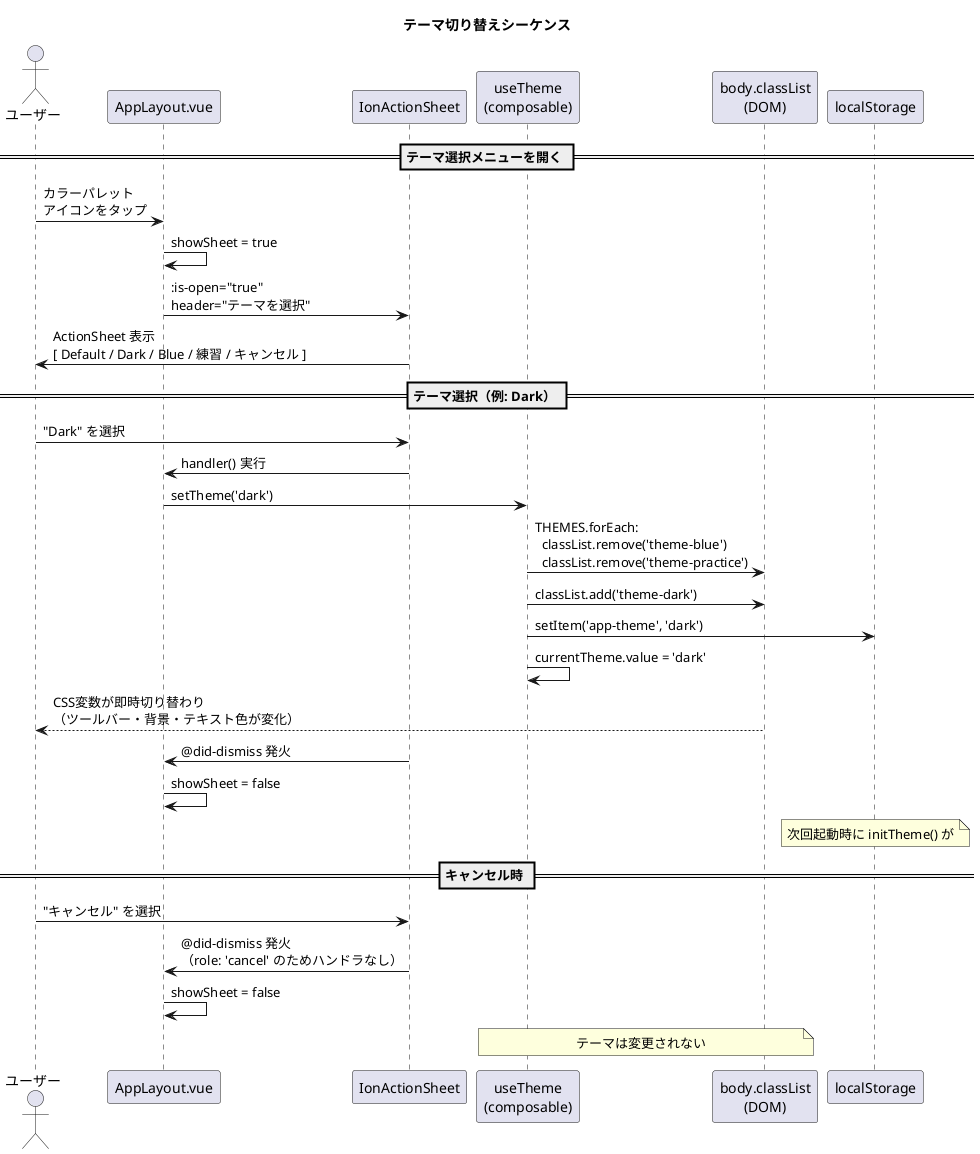
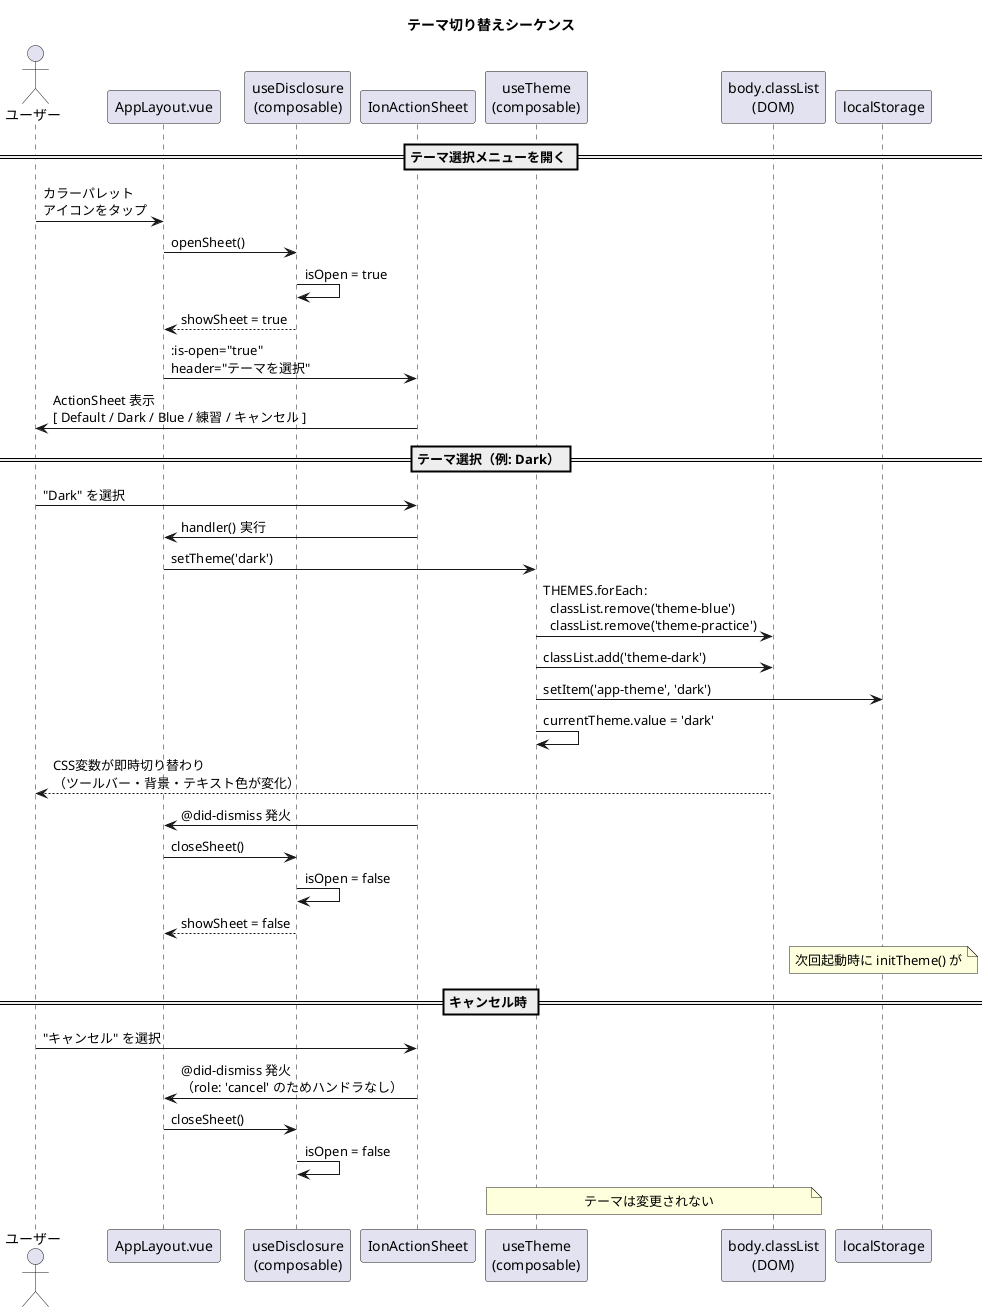
@startuml seq-theme-switch
title テーマ切り替えシーケンス

actor "ユーザー" as User
participant "AppLayout.vue" as Layout
+ participant "useDisclosure\n(composable)" as Disclosure
participant "IonActionSheet" as Sheet
participant "useTheme\n(composable)" as Theme
participant "body.classList\n(DOM)" as DOM
participant "localStorage" as LS

== テーマ選択メニューを開く ==

User -> Layout : カラーパレット\nアイコンをタップ
- Layout -> Layout : showSheet = true
+ Layout -> Disclosure : openSheet()
+ Disclosure -> Disclosure : isOpen = true
+ Disclosure --> Layout : showSheet = true
Layout -> Sheet : :is-open="true"\nheader="テーマを選択"
Sheet -> User : ActionSheet 表示\n[ Default / Dark / Blue / 練習 / キャンセル ]

== テーマ選択（例: Dark） ==

User -> Sheet : "Dark" を選択
Sheet -> Layout : handler() 実行
Layout -> Theme : setTheme('dark')

Theme -> DOM : THEMES.forEach:\n  classList.remove('theme-blue')\n  classList.remove('theme-practice')
Theme -> DOM : classList.add('theme-dark')
Theme -> LS : setItem('app-theme', 'dark')
Theme -> Theme : currentTheme.value = 'dark'

DOM --> User : CSS変数が即時切り替わり\n（ツールバー・背景・テキスト色が変化）

Sheet -> Layout : @did-dismiss 発火
- Layout -> Layout : showSheet = false
+ Layout -> Disclosure : closeSheet()
+ Disclosure -> Disclosure : isOpen = false
+ Disclosure --> Layout : showSheet = false

note over LS
  次回起動時に initTheme() が
  'dark' を読み込んでテーマ復元
end note

== キャンセル時 ==

User -> Sheet : "キャンセル" を選択
Sheet -> Layout : @did-dismiss 発火\n（role: 'cancel' のためハンドラなし）
- Layout -> Layout : showSheet = false
+ Layout -> Disclosure : closeSheet()
+ Disclosure -> Disclosure : isOpen = false
note over Theme, DOM : テーマは変更されない

@enduml
